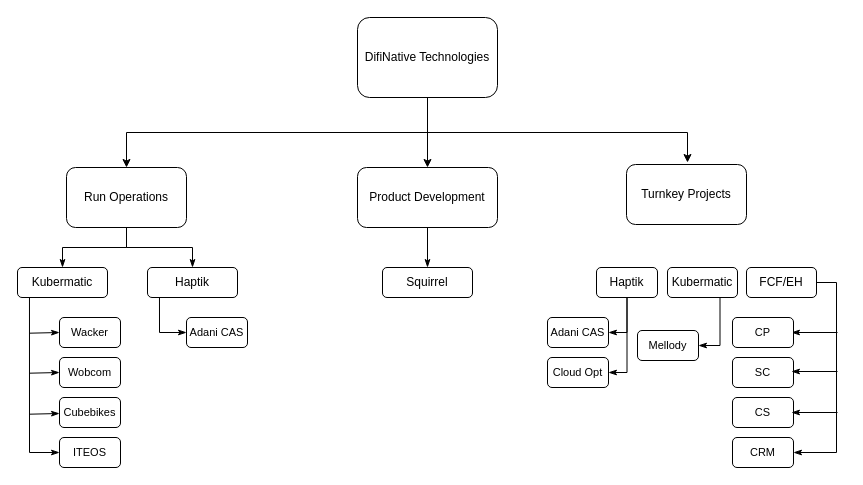
Above: Difinative.drawio in jacmathew/jacmathew (draw.io), before the change. Source tidied: cells renumbered, new cells numbered last; positions are measured from the earlier drawing's top-left corner, leaving out a move shared by most shapes. Both pictures are drawn from the tidied source at 100%, with x=0, y=0 at pixel (17, 17).
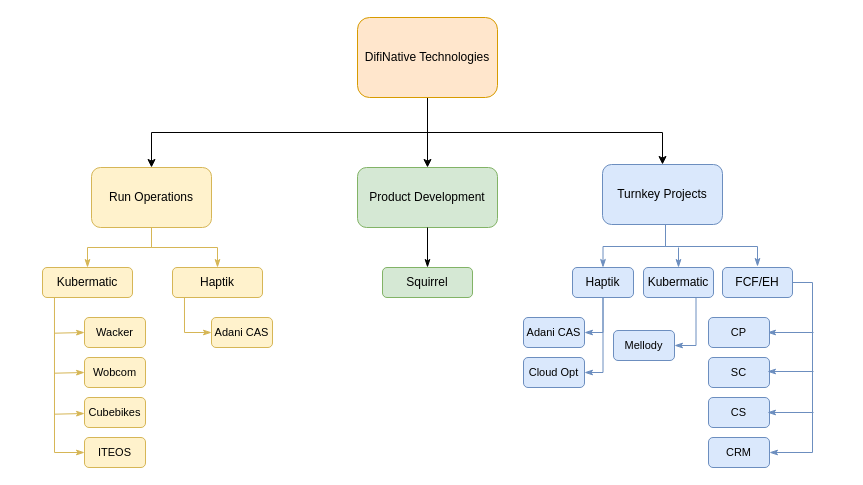
The same page after the edit.

Change to the diagram source:
```diff
@@
-    <mxCell id="3" style="edgeStyle=orthogonalEdgeStyle;rounded=0;orthogonalLoop=1;jettySize=auto;html=1;" parent="1" edge="1">
+    <mxCell id="3" style="edgeStyle=orthogonalEdgeStyle;rounded=0;jettySize=auto;html=1;entryX=0.5;entryY=0;entryDx=0;entryDy=0;" parent="1" edge="1" target="7">
       <mxGeometry relative="1" as="geometry">
         <mxPoint x="410" y="75" as="sourcePoint" />
-        <mxPoint x="670" y="145" as="targetPoint" />
         <Array as="points">
           <mxPoint x="410" y="115" />
-          <mxPoint x="670" y="115" />
-          <mxPoint x="670" y="145" />
+          <mxPoint x="645" y="115" />
         </Array>
       </mxGeometry>
     </mxCell>
@@
-    <mxCell id="5" value="DifiNative Technologies" style="rounded=1;whiteSpace=wrap;html=1;" parent="1" vertex="1">
+    <mxCell id="5" value="DifiNative Technologies" style="rounded=1;whiteSpace=wrap;html=1;fillColor=#ffe6cc;strokeColor=#d79b00;" parent="1" vertex="1">
       <mxGeometry x="340" width="140" height="80" as="geometry" />
     </mxCell>
-    <mxCell id="6" value="Run Operations" style="rounded=1;whiteSpace=wrap;html=1;" parent="1" vertex="1">
-      <mxGeometry x="49" y="150" width="120" height="60" as="geometry" />
+    <mxCell id="6" value="Run Operations" style="rounded=1;whiteSpace=wrap;html=1;fillColor=#fff2cc;strokeColor=#d6b656;" parent="1" vertex="1">
+      <mxGeometry x="74" y="150" width="120" height="60" as="geometry" />
     </mxCell>
-    <mxCell id="7" value="Turnkey Projects" style="rounded=1;whiteSpace=wrap;html=1;" parent="1" vertex="1">
-      <mxGeometry x="609" y="147" width="120" height="60" as="geometry" />
+    <mxCell id="7" value="Turnkey Projects" style="rounded=1;whiteSpace=wrap;html=1;fillColor=#dae8fc;strokeColor=#6c8ebf;" parent="1" vertex="1">
+      <mxGeometry x="585" y="147" width="120" height="60" as="geometry" />
     </mxCell>
-    <mxCell id="8" value="Product Development" style="rounded=1;whiteSpace=wrap;html=1;" parent="1" vertex="1">
+    <mxCell id="8" value="Product Development" style="rounded=1;whiteSpace=wrap;html=1;fillColor=#d5e8d4;strokeColor=#82b366;" parent="1" vertex="1">
       <mxGeometry x="340" y="150" width="140" height="60" as="geometry" />
     </mxCell>
-    <mxCell id="9" style="edgeStyle=orthogonalEdgeStyle;rounded=0;jettySize=auto;html=1;exitX=0.5;exitY=0;exitDx=0;exitDy=0;entryX=0.5;entryY=1;entryDx=0;entryDy=0;fontSize=11;startArrow=classicThin;startFill=1;endArrow=none;endFill=0;" parent="1" edge="1" source="10" target="6">
+    <mxCell id="9" style="edgeStyle=orthogonalEdgeStyle;rounded=0;jettySize=auto;html=1;exitX=0.5;exitY=0;exitDx=0;exitDy=0;entryX=0.5;entryY=1;entryDx=0;entryDy=0;fontSize=11;startArrow=classicThin;startFill=1;endArrow=none;endFill=0;fillColor=#fff2cc;strokeColor=#d6b656;" parent="1" edge="1" source="10" target="6">
       <mxGeometry relative="1" as="geometry" />
     </mxCell>
-    <mxCell id="10" value="Haptik" style="rounded=1;whiteSpace=wrap;html=1;" parent="1" vertex="1">
-      <mxGeometry x="130" y="250" width="90" height="30" as="geometry" />
+    <mxCell id="10" value="Haptik" style="rounded=1;whiteSpace=wrap;html=1;fillColor=#fff2cc;strokeColor=#d6b656;" parent="1" vertex="1">
+      <mxGeometry x="155" y="250" width="90" height="30" as="geometry" />
     </mxCell>
-    <mxCell id="11" style="edgeStyle=orthogonalEdgeStyle;rounded=0;jettySize=auto;html=1;exitX=0.5;exitY=0;exitDx=0;exitDy=0;entryX=0.5;entryY=1;entryDx=0;entryDy=0;fontSize=11;startArrow=classicThin;startFill=1;endArrow=none;endFill=0;" parent="1" edge="1" source="12" target="6">
+    <mxCell id="11" style="edgeStyle=orthogonalEdgeStyle;rounded=0;jettySize=auto;html=1;exitX=0.5;exitY=0;exitDx=0;exitDy=0;entryX=0.5;entryY=1;entryDx=0;entryDy=0;fontSize=11;startArrow=classicThin;startFill=1;endArrow=none;endFill=0;fillColor=#fff2cc;strokeColor=#d6b656;" parent="1" edge="1" source="12" target="6">
       <mxGeometry relative="1" as="geometry" />
     </mxCell>
-    <mxCell id="12" value="Kubermatic" style="rounded=1;whiteSpace=wrap;html=1;" parent="1" vertex="1">
-      <mxGeometry y="250" width="90" height="30" as="geometry" />
+    <mxCell id="12" value="Kubermatic" style="rounded=1;whiteSpace=wrap;html=1;fillColor=#fff2cc;strokeColor=#d6b656;" parent="1" vertex="1">
+      <mxGeometry x="25" y="250" width="90" height="30" as="geometry" />
     </mxCell>
@@
-    <mxCell id="14" value="Squirrel" style="rounded=1;whiteSpace=wrap;html=1;" parent="1" vertex="1">
+    <mxCell id="14" value="Squirrel" style="rounded=1;whiteSpace=wrap;html=1;fillColor=#d5e8d4;strokeColor=#82b366;" parent="1" vertex="1">
       <mxGeometry x="365" y="250" width="90" height="30" as="geometry" />
     </mxCell>
-    <mxCell id="15" style="edgeStyle=orthogonalEdgeStyle;rounded=0;jettySize=auto;html=1;exitX=0.75;exitY=1;exitDx=0;exitDy=0;entryX=1;entryY=0.5;entryDx=0;entryDy=0;fontSize=11;endArrow=classicThin;endFill=1;" parent="1" edge="1" source="16" target="24">
+    <mxCell id="15" style="edgeStyle=orthogonalEdgeStyle;rounded=0;jettySize=auto;html=1;exitX=0.75;exitY=1;exitDx=0;exitDy=0;entryX=1;entryY=0.5;entryDx=0;entryDy=0;fontSize=11;endArrow=classicThin;endFill=1;fillColor=#dae8fc;strokeColor=#6c8ebf;" parent="1" edge="1" source="16" target="24">
       <mxGeometry relative="1" as="geometry" />
     </mxCell>
+    <mxCell id="42" style="edgeStyle=none;rounded=0;jettySize=auto;html=1;exitX=0.5;exitY=0;exitDx=0;exitDy=0;fontSize=11;startArrow=classicThin;startFill=1;endArrow=none;endFill=0;fillColor=#dae8fc;strokeColor=#6c8ebf;" parent="1" edge="1" source="16">
+      <mxGeometry relative="1" as="geometry">
+        <mxPoint x="661" y="230" as="targetPoint" />
+      </mxGeometry>
+    </mxCell>
-    <mxCell id="16" value="Kubermatic" style="rounded=1;whiteSpace=wrap;html=1;" parent="1" vertex="1">
-      <mxGeometry x="650" y="250" width="70" height="30" as="geometry" />
+    <mxCell id="16" value="Kubermatic" style="rounded=1;whiteSpace=wrap;html=1;fillColor=#dae8fc;strokeColor=#6c8ebf;" parent="1" vertex="1">
+      <mxGeometry x="626" y="250" width="70" height="30" as="geometry" />
     </mxCell>
-    <mxCell id="17" style="edgeStyle=orthogonalEdgeStyle;rounded=0;jettySize=auto;html=1;exitX=0.5;exitY=1;exitDx=0;exitDy=0;entryX=1;entryY=0.5;entryDx=0;entryDy=0;fontSize=11;endArrow=classicThin;endFill=1;" parent="1" edge="1" source="19" target="22">
+    <mxCell id="17" style="edgeStyle=orthogonalEdgeStyle;rounded=0;jettySize=auto;html=1;exitX=0.5;exitY=1;exitDx=0;exitDy=0;entryX=1;entryY=0.5;entryDx=0;entryDy=0;fontSize=11;endArrow=classicThin;endFill=1;fillColor=#dae8fc;strokeColor=#6c8ebf;" parent="1" edge="1" source="19" target="22">
       <mxGeometry relative="1" as="geometry">
         <Array as="points">
-          <mxPoint x="610" y="315" />
+          <mxPoint x="586" y="315" />
         </Array>
       </mxGeometry>
     </mxCell>
-    <mxCell id="18" style="edgeStyle=orthogonalEdgeStyle;rounded=0;jettySize=auto;html=1;exitX=0.5;exitY=1;exitDx=0;exitDy=0;entryX=1;entryY=0.5;entryDx=0;entryDy=0;fontSize=11;endArrow=classicThin;endFill=1;" parent="1" edge="1" source="19" target="23">
+    <mxCell id="18" style="edgeStyle=orthogonalEdgeStyle;rounded=0;jettySize=auto;html=1;exitX=0.5;exitY=1;exitDx=0;exitDy=0;entryX=1;entryY=0.5;entryDx=0;entryDy=0;fontSize=11;endArrow=classicThin;endFill=1;fillColor=#dae8fc;strokeColor=#6c8ebf;" parent="1" edge="1" source="19" target="23">
       <mxGeometry relative="1" as="geometry">
         <Array as="points">
-          <mxPoint x="610" y="355" />
+          <mxPoint x="586" y="355" />
         </Array>
       </mxGeometry>
     </mxCell>
+    <mxCell id="43" style="edgeStyle=orthogonalEdgeStyle;rounded=0;jettySize=auto;html=1;exitX=0.5;exitY=0;exitDx=0;exitDy=0;fontSize=11;startArrow=classicThin;startFill=1;endArrow=none;endFill=0;entryX=0.5;entryY=1;entryDx=0;entryDy=0;fillColor=#dae8fc;strokeColor=#6c8ebf;" parent="1" edge="1" source="19" target="7">
+      <mxGeometry relative="1" as="geometry">
+        <Array as="points">
+          <mxPoint x="586" y="229" />
+          <mxPoint x="648" y="229" />
+          <mxPoint x="648" y="207" />
+        </Array>
+      </mxGeometry>
+    </mxCell>
-    <mxCell id="19" value="Haptik" style="rounded=1;whiteSpace=wrap;html=1;" parent="1" vertex="1">
-      <mxGeometry x="579" y="250" width="61" height="30" as="geometry" />
+    <mxCell id="19" value="Haptik" style="rounded=1;whiteSpace=wrap;html=1;fillColor=#dae8fc;strokeColor=#6c8ebf;" parent="1" vertex="1">
+      <mxGeometry x="555" y="250" width="61" height="30" as="geometry" />
     </mxCell>
-    <mxCell id="20" style="edgeStyle=orthogonalEdgeStyle;rounded=0;jettySize=auto;html=1;exitX=1;exitY=0.5;exitDx=0;exitDy=0;entryX=1;entryY=0.5;entryDx=0;entryDy=0;fontSize=11;endArrow=classicThin;endFill=1;" parent="1" edge="1" source="21" target="29">
+    <mxCell id="20" style="edgeStyle=orthogonalEdgeStyle;rounded=0;jettySize=auto;html=1;exitX=1;exitY=0.5;exitDx=0;exitDy=0;entryX=1;entryY=0.5;entryDx=0;entryDy=0;fontSize=11;endArrow=classicThin;endFill=1;fillColor=#dae8fc;strokeColor=#6c8ebf;" parent="1" edge="1" source="21" target="29">
       <mxGeometry relative="1" as="geometry" />
     </mxCell>
+    <mxCell id="44" style="edgeStyle=orthogonalEdgeStyle;rounded=0;orthogonalLoop=1;jettySize=auto;html=1;exitX=0.5;exitY=0;exitDx=0;exitDy=0;fontSize=11;startArrow=classicThin;startFill=1;endArrow=none;endFill=0;fillColor=#dae8fc;strokeColor=#6c8ebf;" parent="1" edge="1">
+      <mxGeometry relative="1" as="geometry">
+        <mxPoint x="740" y="249" as="sourcePoint" />
+        <mxPoint x="648" y="209" as="targetPoint" />
+        <Array as="points">
+          <mxPoint x="740" y="229" />
+          <mxPoint x="648" y="229" />
+        </Array>
+      </mxGeometry>
+    </mxCell>
-    <mxCell id="21" value="FCF/EH" style="rounded=1;whiteSpace=wrap;html=1;" parent="1" vertex="1">
-      <mxGeometry x="729" y="250" width="70" height="30" as="geometry" />
+    <mxCell id="21" value="FCF/EH" style="rounded=1;whiteSpace=wrap;html=1;fillColor=#dae8fc;strokeColor=#6c8ebf;" parent="1" vertex="1">
+      <mxGeometry x="705" y="250" width="70" height="30" as="geometry" />
     </mxCell>
-    <mxCell id="22" value="Adani CAS" style="rounded=1;whiteSpace=wrap;html=1;fontSize=11;" parent="1" vertex="1">
-      <mxGeometry x="530" y="300" width="61" height="30" as="geometry" />
+    <mxCell id="22" value="Adani CAS" style="rounded=1;whiteSpace=wrap;html=1;fontSize=11;fillColor=#dae8fc;strokeColor=#6c8ebf;" parent="1" vertex="1">
+      <mxGeometry x="506" y="300" width="61" height="30" as="geometry" />
     </mxCell>
-    <mxCell id="23" value="Cloud Opt" style="rounded=1;whiteSpace=wrap;html=1;fontSize=11;" parent="1" vertex="1">
-      <mxGeometry x="530" y="340" width="61" height="30" as="geometry" />
+    <mxCell id="23" value="Cloud Opt" style="rounded=1;whiteSpace=wrap;html=1;fontSize=11;fillColor=#dae8fc;strokeColor=#6c8ebf;" parent="1" vertex="1">
+      <mxGeometry x="506" y="340" width="61" height="30" as="geometry" />
     </mxCell>
-    <mxCell id="24" value="Mellody" style="rounded=1;whiteSpace=wrap;html=1;fontSize=11;" parent="1" vertex="1">
-      <mxGeometry x="620" y="313" width="61" height="30" as="geometry" />
+    <mxCell id="24" value="Mellody" style="rounded=1;whiteSpace=wrap;html=1;fontSize=11;fillColor=#dae8fc;strokeColor=#6c8ebf;" parent="1" vertex="1">
+      <mxGeometry x="596" y="313" width="61" height="30" as="geometry" />
     </mxCell>
-    <mxCell id="25" style="edgeStyle=none;rounded=0;orthogonalLoop=1;jettySize=auto;html=1;exitX=1;exitY=0.5;exitDx=0;exitDy=0;fontSize=11;startArrow=classicThin;startFill=1;endArrow=none;endFill=0;" parent="1" edge="1">
+    <mxCell id="25" style="edgeStyle=none;rounded=0;orthogonalLoop=1;jettySize=auto;html=1;exitX=1;exitY=0.5;exitDx=0;exitDy=0;fontSize=11;startArrow=classicThin;startFill=1;endArrow=none;endFill=0;fillColor=#dae8fc;strokeColor=#6c8ebf;" parent="1" edge="1">
       <mxGeometry relative="1" as="geometry">
-        <mxPoint x="774" y="315" as="sourcePoint" />
-        <mxPoint x="820" y="315" as="targetPoint" />
+        <mxPoint x="750" y="315" as="sourcePoint" />
+        <mxPoint x="796" y="315" as="targetPoint" />
       </mxGeometry>
     </mxCell>
-    <mxCell id="26" value="CP" style="rounded=1;whiteSpace=wrap;html=1;fontSize=11;" parent="1" vertex="1">
-      <mxGeometry x="715" y="300" width="61" height="30" as="geometry" />
+    <mxCell id="26" value="CP" style="rounded=1;whiteSpace=wrap;html=1;fontSize=11;fillColor=#dae8fc;strokeColor=#6c8ebf;" parent="1" vertex="1">
+      <mxGeometry x="691" y="300" width="61" height="30" as="geometry" />
     </mxCell>
-    <mxCell id="27" value="SC" style="rounded=1;whiteSpace=wrap;html=1;fontSize=11;" parent="1" vertex="1">
-      <mxGeometry x="715" y="340" width="61" height="30" as="geometry" />
+    <mxCell id="27" value="SC" style="rounded=1;whiteSpace=wrap;html=1;fontSize=11;fillColor=#dae8fc;strokeColor=#6c8ebf;" parent="1" vertex="1">
+      <mxGeometry x="691" y="340" width="61" height="30" as="geometry" />
     </mxCell>
-    <mxCell id="28" value="CS" style="rounded=1;whiteSpace=wrap;html=1;fontSize=11;" parent="1" vertex="1">
-      <mxGeometry x="715" y="380" width="61" height="30" as="geometry" />
+    <mxCell id="28" value="CS" style="rounded=1;whiteSpace=wrap;html=1;fontSize=11;fillColor=#dae8fc;strokeColor=#6c8ebf;" parent="1" vertex="1">
+      <mxGeometry x="691" y="380" width="61" height="30" as="geometry" />
     </mxCell>
-    <mxCell id="29" value="CRM" style="rounded=1;whiteSpace=wrap;html=1;fontSize=11;" parent="1" vertex="1">
-      <mxGeometry x="715" y="420" width="61" height="30" as="geometry" />
+    <mxCell id="29" value="CRM" style="rounded=1;whiteSpace=wrap;html=1;fontSize=11;fillColor=#dae8fc;strokeColor=#6c8ebf;" parent="1" vertex="1">
+      <mxGeometry x="691" y="420" width="61" height="30" as="geometry" />
     </mxCell>
-    <mxCell id="30" style="edgeStyle=none;rounded=0;orthogonalLoop=1;jettySize=auto;html=1;exitX=1;exitY=0.5;exitDx=0;exitDy=0;fontSize=11;startArrow=classicThin;startFill=1;endArrow=none;endFill=0;" parent="1" edge="1">
+    <mxCell id="30" style="edgeStyle=none;rounded=0;orthogonalLoop=1;jettySize=auto;html=1;exitX=1;exitY=0.5;exitDx=0;exitDy=0;fontSize=11;startArrow=classicThin;startFill=1;endArrow=none;endFill=0;fillColor=#dae8fc;strokeColor=#6c8ebf;" parent="1" edge="1">
       <mxGeometry relative="1" as="geometry">
-        <mxPoint x="774" y="354" as="sourcePoint" />
-        <mxPoint x="820" y="354" as="targetPoint" />
+        <mxPoint x="750" y="354" as="sourcePoint" />
+        <mxPoint x="796" y="354" as="targetPoint" />
       </mxGeometry>
     </mxCell>
-    <mxCell id="31" style="edgeStyle=none;rounded=0;orthogonalLoop=1;jettySize=auto;html=1;exitX=1;exitY=0.5;exitDx=0;exitDy=0;fontSize=11;startArrow=classicThin;startFill=1;endArrow=none;endFill=0;" parent="1" edge="1">
+    <mxCell id="31" style="edgeStyle=none;rounded=0;orthogonalLoop=1;jettySize=auto;html=1;exitX=1;exitY=0.5;exitDx=0;exitDy=0;fontSize=11;startArrow=classicThin;startFill=1;endArrow=none;endFill=0;fillColor=#dae8fc;strokeColor=#6c8ebf;" parent="1" edge="1">
       <mxGeometry relative="1" as="geometry">
-        <mxPoint x="774" y="395" as="sourcePoint" />
-        <mxPoint x="820" y="395" as="targetPoint" />
+        <mxPoint x="750" y="395" as="sourcePoint" />
+        <mxPoint x="796" y="395" as="targetPoint" />
       </mxGeometry>
     </mxCell>
-    <mxCell id="32" style="edgeStyle=none;rounded=0;jettySize=auto;html=1;exitX=0;exitY=0.5;exitDx=0;exitDy=0;fontSize=11;startArrow=classicThin;startFill=1;endArrow=none;endFill=0;" parent="1" edge="1" source="33">
+    <mxCell id="32" style="edgeStyle=none;rounded=0;jettySize=auto;html=1;exitX=0;exitY=0.5;exitDx=0;exitDy=0;fontSize=11;startArrow=classicThin;startFill=1;endArrow=none;endFill=0;fillColor=#fff2cc;strokeColor=#d6b656;" parent="1" edge="1" source="33">
       <mxGeometry relative="1" as="geometry">
-        <mxPoint x="12" y="315.7" as="targetPoint" />
+        <mxPoint x="37" y="315.7" as="targetPoint" />
       </mxGeometry>
     </mxCell>
-    <mxCell id="33" value="Wacker" style="rounded=1;whiteSpace=wrap;html=1;fontSize=11;" parent="1" vertex="1">
-      <mxGeometry x="42" y="300" width="61" height="30" as="geometry" />
+    <mxCell id="33" value="Wacker" style="rounded=1;whiteSpace=wrap;html=1;fontSize=11;fillColor=#fff2cc;strokeColor=#d6b656;" parent="1" vertex="1">
+      <mxGeometry x="67" y="300" width="61" height="30" as="geometry" />
     </mxCell>
-    <mxCell id="34" value="Wobcom" style="rounded=1;whiteSpace=wrap;html=1;fontSize=11;" parent="1" vertex="1">
-      <mxGeometry x="42" y="340" width="61" height="30" as="geometry" />
+    <mxCell id="34" value="Wobcom" style="rounded=1;whiteSpace=wrap;html=1;fontSize=11;fillColor=#fff2cc;strokeColor=#d6b656;" parent="1" vertex="1">
+      <mxGeometry x="67" y="340" width="61" height="30" as="geometry" />
     </mxCell>
-    <mxCell id="35" value="Cubebikes" style="rounded=1;whiteSpace=wrap;html=1;fontSize=11;" parent="1" vertex="1">
-      <mxGeometry x="42" y="380" width="61" height="30" as="geometry" />
+    <mxCell id="35" value="Cubebikes" style="rounded=1;whiteSpace=wrap;html=1;fontSize=11;fillColor=#fff2cc;strokeColor=#d6b656;" parent="1" vertex="1">
+      <mxGeometry x="67" y="380" width="61" height="30" as="geometry" />
     </mxCell>
-    <mxCell id="36" style="edgeStyle=orthogonalEdgeStyle;rounded=0;jettySize=auto;html=1;exitX=0;exitY=0.5;exitDx=0;exitDy=0;entryX=0.133;entryY=1;entryDx=0;entryDy=0;entryPerimeter=0;fontSize=11;startArrow=classicThin;startFill=1;endArrow=none;endFill=0;" parent="1" edge="1" source="37" target="12">
+    <mxCell id="36" style="edgeStyle=orthogonalEdgeStyle;rounded=0;jettySize=auto;html=1;exitX=0;exitY=0.5;exitDx=0;exitDy=0;entryX=0.133;entryY=1;entryDx=0;entryDy=0;entryPerimeter=0;fontSize=11;startArrow=classicThin;startFill=1;endArrow=none;endFill=0;fillColor=#fff2cc;strokeColor=#d6b656;" parent="1" edge="1" source="37" target="12">
       <mxGeometry relative="1" as="geometry" />
     </mxCell>
-    <mxCell id="37" value="ITEOS" style="rounded=1;whiteSpace=wrap;html=1;fontSize=11;" parent="1" vertex="1">
-      <mxGeometry x="42" y="420" width="61" height="30" as="geometry" />
+    <mxCell id="37" value="ITEOS" style="rounded=1;whiteSpace=wrap;html=1;fontSize=11;fillColor=#fff2cc;strokeColor=#d6b656;" parent="1" vertex="1">
+      <mxGeometry x="67" y="420" width="61" height="30" as="geometry" />
     </mxCell>
-    <mxCell id="38" style="edgeStyle=none;rounded=0;orthogonalLoop=1;jettySize=auto;html=1;exitX=0;exitY=0.5;exitDx=0;exitDy=0;fontSize=11;startArrow=classicThin;startFill=1;endArrow=none;endFill=0;" parent="1" edge="1">
+    <mxCell id="38" style="edgeStyle=none;rounded=0;orthogonalLoop=1;jettySize=auto;html=1;exitX=0;exitY=0.5;exitDx=0;exitDy=0;fontSize=11;startArrow=classicThin;startFill=1;endArrow=none;endFill=0;fillColor=#fff2cc;strokeColor=#d6b656;" parent="1" edge="1">
       <mxGeometry relative="1" as="geometry">
-        <mxPoint x="42" y="355" as="sourcePoint" />
-        <mxPoint x="12" y="355.7" as="targetPoint" />
+        <mxPoint x="67" y="355" as="sourcePoint" />
+        <mxPoint x="37" y="355.7" as="targetPoint" />
       </mxGeometry>
     </mxCell>
-    <mxCell id="39" style="edgeStyle=none;rounded=0;orthogonalLoop=1;jettySize=auto;html=1;exitX=0;exitY=0.5;exitDx=0;exitDy=0;fontSize=11;startArrow=classicThin;startFill=1;endArrow=none;endFill=0;" parent="1" edge="1">
+    <mxCell id="39" style="edgeStyle=none;rounded=0;orthogonalLoop=1;jettySize=auto;html=1;exitX=0;exitY=0.5;exitDx=0;exitDy=0;fontSize=11;startArrow=classicThin;startFill=1;endArrow=none;endFill=0;fillColor=#fff2cc;strokeColor=#d6b656;" parent="1" edge="1">
       <mxGeometry relative="1" as="geometry">
-        <mxPoint x="42" y="396" as="sourcePoint" />
-        <mxPoint x="12" y="396.7" as="targetPoint" />
+        <mxPoint x="67" y="396" as="sourcePoint" />
+        <mxPoint x="37" y="396.7" as="targetPoint" />
       </mxGeometry>
     </mxCell>
-    <mxCell id="40" style="edgeStyle=orthogonalEdgeStyle;rounded=0;jettySize=auto;html=1;exitX=0;exitY=0.5;exitDx=0;exitDy=0;entryX=0.133;entryY=1;entryDx=0;entryDy=0;entryPerimeter=0;fontSize=11;startArrow=classicThin;startFill=1;endArrow=none;endFill=0;" parent="1" edge="1" source="41" target="10">
+    <mxCell id="40" style="edgeStyle=orthogonalEdgeStyle;rounded=0;jettySize=auto;html=1;exitX=0;exitY=0.5;exitDx=0;exitDy=0;entryX=0.133;entryY=1;entryDx=0;entryDy=0;entryPerimeter=0;fontSize=11;startArrow=classicThin;startFill=1;endArrow=none;endFill=0;fillColor=#fff2cc;strokeColor=#d6b656;" parent="1" edge="1" source="41" target="10">
       <mxGeometry relative="1" as="geometry" />
     </mxCell>
-    <mxCell id="41" value="Adani CAS" style="rounded=1;whiteSpace=wrap;html=1;fontSize=11;" parent="1" vertex="1">
-      <mxGeometry x="169" y="300" width="61" height="30" as="geometry" />
+    <mxCell id="41" value="Adani CAS" style="rounded=1;whiteSpace=wrap;html=1;fontSize=11;fillColor=#fff2cc;strokeColor=#d6b656;" parent="1" vertex="1">
+      <mxGeometry x="194" y="300" width="61" height="30" as="geometry" />
     </mxCell>
```
